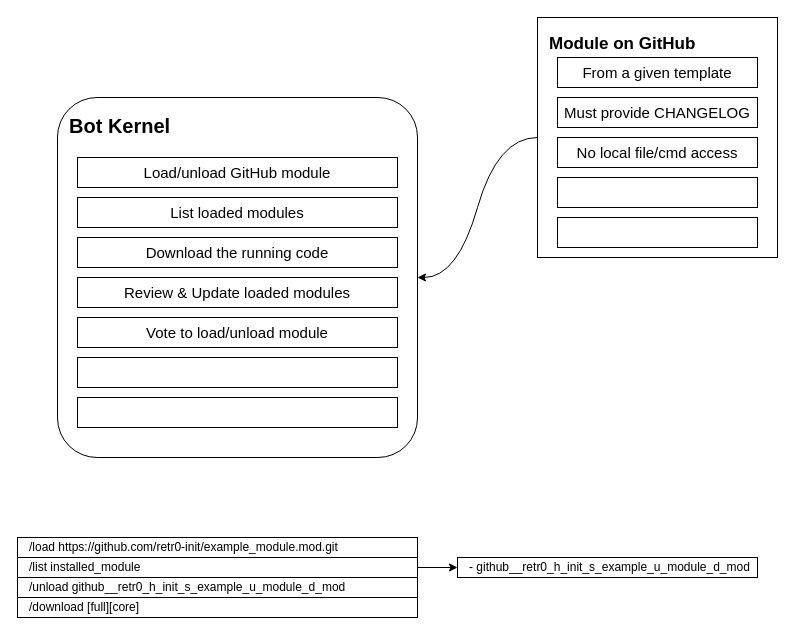
Above: discord-bot-framework-en.drawio in retr0-init/discord-bot-framework-doc (draw.io), before the change. Source tidied: cells renumbered, new cells numbered last; positions are measured from the earlier drawing's top-left corner, leaving out a move shared by most shapes. Both pictures are drawn from the tidied source at 100%, with x=0, y=0 at pixel (17, 17).
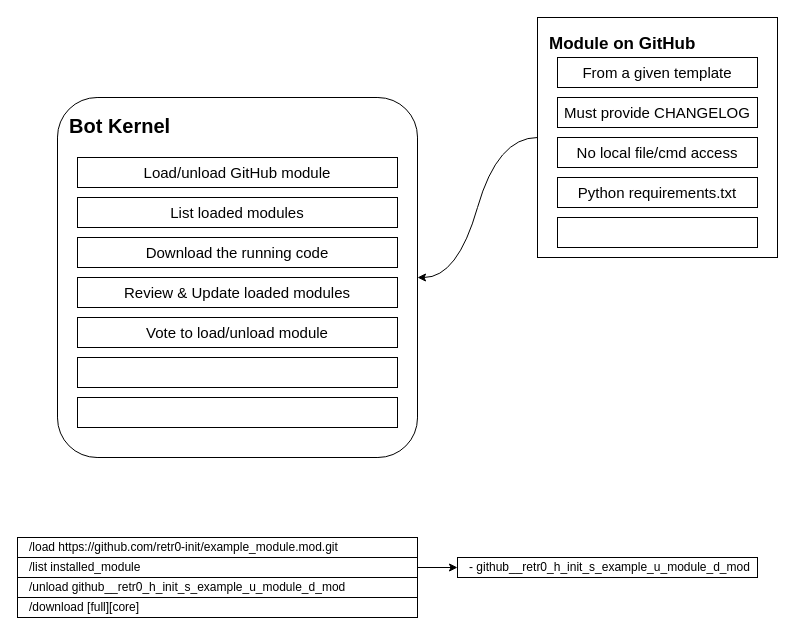
The same diagram, later.

Commit message (it also covers changes not shown here):
Python module requirements file

What changed in the source:
```diff
@@
-    <mxCell id="13" style="rounded=0;whiteSpace=wrap;html=1;fontSize=15;" parent="1" vertex="1">
+    <mxCell id="13" value="Python requirements.txt" style="rounded=0;whiteSpace=wrap;html=1;fontSize=15;" parent="1" vertex="1">
       <mxGeometry x="540" y="160" width="200" height="30" as="geometry" />
     </mxCell>
```
